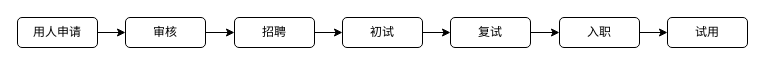
Before: 业务流程1.drawio in tanyongle/hello, a draw.io diagram. Source tidied: cells renumbered, new cells numbered last; positions are measured from the earlier drawing's top-left corner, leaving out a move shared by most shapes. Both pictures are drawn from the tidied source at 100%, with x=0, y=0 at pixel (17, 17).
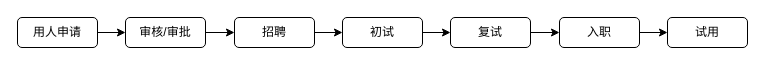
Above is the later version.

Commit message:
更新业务流程1.drawio

Diff of the diagram source:
```diff
@@
 <mxGraphModel>
   <root>
     <mxCell id="0" />
     <mxCell id="1" parent="0" />
     <mxCell id="2" style="edgeStyle=orthogonalEdgeStyle;rounded=0;jettySize=auto;html=1;" parent="1" edge="1" source="3" target="5">
       <mxGeometry relative="1" as="geometry" />
     </mxCell>
     <mxCell id="3" value="用人申请" style="rounded=1;whiteSpace=wrap;html=1;" parent="1" vertex="1">
       <mxGeometry width="80" height="30" as="geometry" />
     </mxCell>
     <mxCell id="4" style="edgeStyle=orthogonalEdgeStyle;rounded=0;jettySize=auto;html=1;" parent="1" edge="1" source="5" target="7">
       <mxGeometry relative="1" as="geometry" />
     </mxCell>
-    <mxCell id="5" value="审核" style="whiteSpace=wrap;html=1;rounded=1;" parent="1" vertex="1">
+    <mxCell id="5" value="审核/审批" style="whiteSpace=wrap;html=1;rounded=1;" parent="1" vertex="1">
       <mxGeometry x="108" width="80" height="30" as="geometry" />
     </mxCell>
     <mxCell id="6" style="edgeStyle=orthogonalEdgeStyle;rounded=0;jettySize=auto;html=1;" parent="1" edge="1" source="7" target="9">
       <mxGeometry relative="1" as="geometry" />
     </mxCell>
     <mxCell id="7" value="招聘" style="whiteSpace=wrap;html=1;rounded=1;" parent="1" vertex="1">
       <mxGeometry x="217" width="80" height="30" as="geometry" />
     </mxCell>
     <mxCell id="8" style="edgeStyle=orthogonalEdgeStyle;rounded=0;jettySize=auto;html=1;" parent="1" edge="1" source="9" target="11">
       <mxGeometry relative="1" as="geometry" />
     </mxCell>
     <mxCell id="9" value="初试" style="whiteSpace=wrap;html=1;rounded=1;" parent="1" vertex="1">
       <mxGeometry x="325" width="80" height="30" as="geometry" />
     </mxCell>
     <mxCell id="10" style="edgeStyle=orthogonalEdgeStyle;rounded=0;jettySize=auto;html=1;" parent="1" edge="1" source="11" target="13">
       <mxGeometry relative="1" as="geometry" />
     </mxCell>
     <mxCell id="11" value="复试" style="whiteSpace=wrap;html=1;rounded=1;" parent="1" vertex="1">
       <mxGeometry x="433" width="80" height="30" as="geometry" />
     </mxCell>
     <mxCell id="12" style="edgeStyle=orthogonalEdgeStyle;rounded=0;jettySize=auto;html=1;" parent="1" edge="1" source="13" target="14">
       <mxGeometry relative="1" as="geometry" />
     </mxCell>
     <mxCell id="13" value="入职" style="whiteSpace=wrap;html=1;rounded=1;" parent="1" vertex="1">
       <mxGeometry x="542" width="80" height="30" as="geometry" />
     </mxCell>
     <mxCell id="14" value="试用" style="whiteSpace=wrap;html=1;rounded=1;" parent="1" vertex="1">
       <mxGeometry x="650" width="80" height="30" as="geometry" />
     </mxCell>
   </root>
 </mxGraphModel>
```
